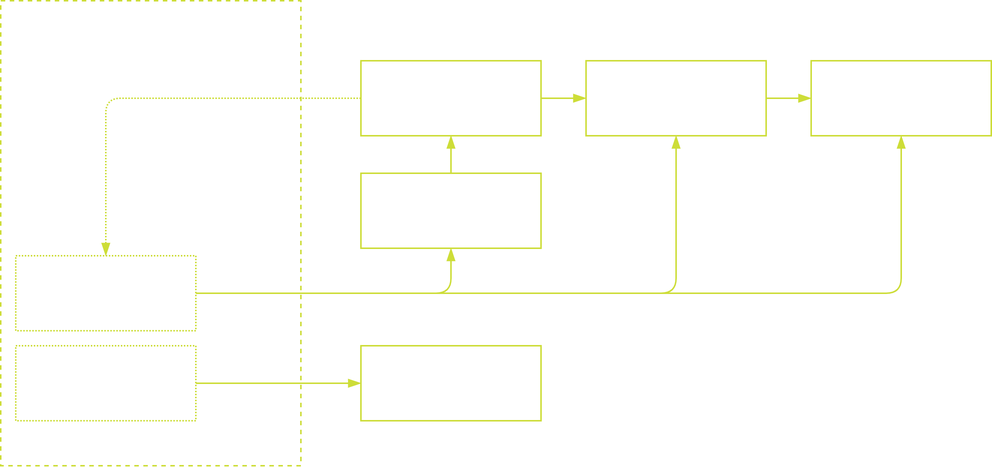
This is h2o_wave_ml_app/static/architecture_dark.png from h2oai/wave-ml, a draw.io export, as it was before one commit. Source tidied: cells renumbered, new cells last; positions are measured from the earlier drawing's top-left corner, leaving out a move shared by most shapes. Source of this version:
```xml
<mxGraphModel>
  <root>
    <mxCell id="0" />
    <mxCell id="1" parent="0" />
    <mxCell id="2" style="edgeStyle=orthogonalEdgeStyle;rounded=0;jettySize=auto;html=1;entryX=0;entryY=0.5;entryDx=0;entryDy=0;endArrow=blockThin;endFill=1;sketch=0;labelBackgroundColor=none;strokeColor=#cddd38;fontColor=#FFFFFF;" parent="1" edge="1" source="3" target="19">
      <mxGeometry relative="1" as="geometry" />
    </mxCell>
    <mxCell id="3" value="Model Management&lt;br&gt;(H2O MLOps)" style="rounded=0;whiteSpace=wrap;html=1;shadow=0;sketch=0;labelBackgroundColor=none;strokeColor=#CDDD38;fillColor=none;fontColor=#FFFFFF;" parent="1" vertex="1">
      <mxGeometry x="390" y="40" width="120" height="50" as="geometry" />
    </mxCell>
    <mxCell id="4" style="rounded=0;whiteSpace=wrap;html=1;dashed=1;shadow=0;align=center;sketch=0;labelBackgroundColor=none;strokeColor=#CDDD38;fillColor=none;fontColor=#FFFFFF;" parent="1" vertex="1">
      <mxGeometry width="200" height="310" as="geometry" />
    </mxCell>
    <mxCell id="5" value="H2O Wave ML" style="text;html=1;strokeColor=none;fillColor=none;align=center;verticalAlign=middle;whiteSpace=wrap;rounded=0;shadow=1;dashed=1;sketch=0;labelBackgroundColor=none;fontColor=#FFFFFF;" parent="1" vertex="1">
      <mxGeometry x="100" y="10" width="94" height="20" as="geometry" />
    </mxCell>
    <mxCell id="6" style="edgeStyle=orthogonalEdgeStyle;rounded=0;jettySize=auto;html=1;entryX=0.5;entryY=1;entryDx=0;entryDy=0;endArrow=blockThin;endFill=1;sketch=0;labelBackgroundColor=none;strokeColor=#CDDD38;fontColor=#FFFFFF;" parent="1" edge="1" source="7" target="18">
      <mxGeometry relative="1" as="geometry" />
    </mxCell>
    <mxCell id="7" value="Engine Management&lt;br&gt;(H2O Steam)" style="rounded=0;whiteSpace=wrap;html=1;shadow=0;sketch=0;labelBackgroundColor=none;strokeColor=#CDDD38;fillColor=none;fontColor=#FFFFFF;" parent="1" vertex="1">
      <mxGeometry x="240" y="115" width="120" height="50" as="geometry" />
    </mxCell>
    <mxCell id="8" style="edgeStyle=orthogonalEdgeStyle;rounded=0;jettySize=auto;html=1;entryX=0;entryY=0.5;entryDx=0;entryDy=0;endArrow=blockThin;endFill=1;sketch=0;labelBackgroundColor=none;strokeColor=#CDDD38;fontColor=#FFFFFF;" parent="1" edge="1" source="10" target="20">
      <mxGeometry relative="1" as="geometry" />
    </mxCell>
    <mxCell id="9" value="Access" style="edgeLabel;html=1;align=center;verticalAlign=middle;labelBackgroundColor=none;fontColor=#FFFFFF;" parent="8" vertex="1">
      <mxGeometry x="-0.43" y="3" relative="1" as="geometry">
        <mxPoint x="9" y="-5" as="offset" />
      </mxGeometry>
    </mxCell>
    <mxCell id="10" value="H2O-3 Engine" style="rounded=0;whiteSpace=wrap;html=1;dashed=1;dashPattern=1 1;sketch=0;labelBackgroundColor=none;strokeColor=#CDDD38;shadow=0;fillColor=none;fontColor=#FFFFFF;" parent="1" vertex="1">
      <mxGeometry x="10" y="230" width="120" height="50" as="geometry" />
    </mxCell>
    <mxCell id="11" style="edgeStyle=orthogonalEdgeStyle;rounded=1;jettySize=auto;html=1;exitX=1;exitY=0.5;exitDx=0;exitDy=0;entryX=0.5;entryY=1;entryDx=0;entryDy=0;endArrow=blockThin;endFill=1;sketch=0;labelBackgroundColor=none;strokeColor=#CDDD38;fontColor=#FFFFFF;" parent="1" edge="1" source="15" target="7">
      <mxGeometry relative="1" as="geometry">
        <Array as="points">
          <mxPoint x="300" y="195" />
        </Array>
      </mxGeometry>
    </mxCell>
    <mxCell id="12" style="edgeStyle=orthogonalEdgeStyle;rounded=1;jettySize=auto;html=1;entryX=0.5;entryY=1;entryDx=0;entryDy=0;endArrow=blockThin;endFill=1;sketch=0;labelBackgroundColor=none;strokeColor=#CDDD38;fontColor=#FFFFFF;" parent="1" edge="1" source="15" target="3">
      <mxGeometry relative="1" as="geometry" />
    </mxCell>
    <mxCell id="13" style="edgeStyle=orthogonalEdgeStyle;rounded=1;jettySize=auto;html=1;entryX=0.5;entryY=1;entryDx=0;entryDy=0;endArrow=blockThin;endFill=1;sketch=0;labelBackgroundColor=none;strokeColor=#CDDD38;fontColor=#FFFFFF;" parent="1" edge="1" source="15" target="19">
      <mxGeometry relative="1" as="geometry" />
    </mxCell>
    <mxCell id="14" value="Access" style="edgeLabel;html=1;align=center;verticalAlign=middle;labelBackgroundColor=none;fontColor=#FFFFFF;" parent="13" vertex="1">
      <mxGeometry x="-0.85" relative="1" as="geometry">
        <mxPoint x="-4" y="-8" as="offset" />
      </mxGeometry>
    </mxCell>
    <mxCell id="15" value="Driverless Engine" style="rounded=0;whiteSpace=wrap;html=1;dashed=1;dashPattern=1 1;sketch=0;labelBackgroundColor=none;strokeColor=#CDDD38;shadow=0;fillColor=none;fontColor=#FFFFFF;" parent="1" vertex="1">
      <mxGeometry x="10" y="170" width="120" height="50" as="geometry" />
    </mxCell>
    <mxCell id="16" style="edgeStyle=orthogonalEdgeStyle;rounded=1;jettySize=auto;html=1;entryX=0.5;entryY=0;entryDx=0;entryDy=0;endArrow=blockThin;endFill=1;sketch=0;dashed=1;dashPattern=1 1;labelBackgroundColor=none;strokeColor=#CDDD38;fontColor=#FFFFFF;" parent="1" edge="1" source="18" target="15">
      <mxGeometry relative="1" as="geometry" />
    </mxCell>
    <mxCell id="17" style="edgeStyle=orthogonalEdgeStyle;rounded=0;jettySize=auto;html=1;endArrow=blockThin;endFill=1;sketch=0;labelBackgroundColor=none;strokeColor=#CDDD38;fontColor=#FFFFFF;" parent="1" edge="1" source="18" target="3">
      <mxGeometry relative="1" as="geometry" />
    </mxCell>
    <mxCell id="18" value="DAI Deployment&lt;br&gt;(Driverless AI)" style="rounded=0;whiteSpace=wrap;html=1;shadow=0;gradientColor=none;sketch=0;labelBackgroundColor=none;strokeColor=#CDDD38;fillColor=none;fontColor=#FFFFFF;" parent="1" vertex="1">
      <mxGeometry x="240" y="40" width="120" height="50" as="geometry" />
    </mxCell>
    <mxCell id="19" value="Model Deployment" style="rounded=0;whiteSpace=wrap;html=1;shadow=0;gradientColor=none;sketch=0;labelBackgroundColor=none;strokeColor=#cddd38;fillColor=none;fontColor=#FFFFFF;" parent="1" vertex="1">
      <mxGeometry x="540" y="40" width="120" height="50" as="geometry" />
    </mxCell>
    <mxCell id="20" value="H2O-3 Cluster&lt;br&gt;(H2O AutoML)" style="rounded=0;whiteSpace=wrap;html=1;shadow=0;gradientColor=none;sketch=0;labelBackgroundColor=none;strokeColor=#CDDD38;fillColor=none;fontColor=#FFFFFF;" parent="1" vertex="1">
      <mxGeometry x="240" y="230" width="120" height="50" as="geometry" />
    </mxCell>
  </root>
</mxGraphModel>
```
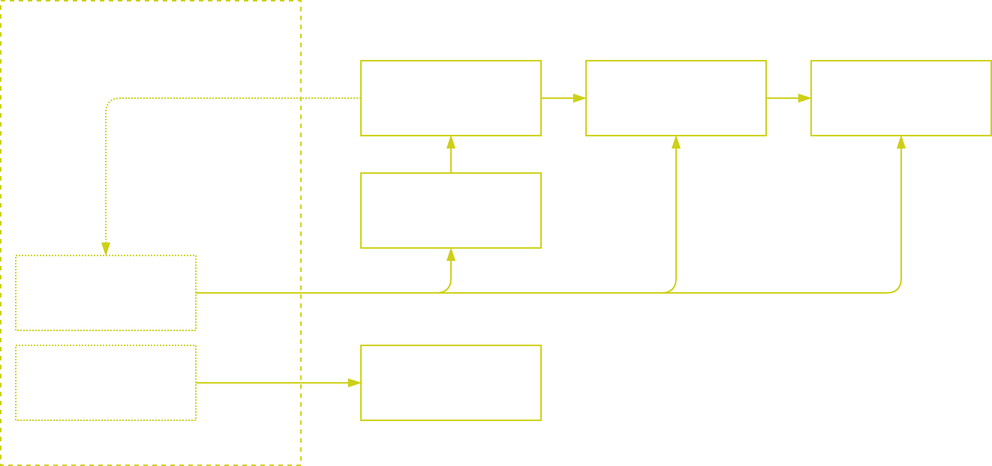
The same diagram one commit later.

Change to the diagram source:
```diff
@@ -2,25 +2,25 @@
   <root>
     <mxCell id="0" />
     <mxCell id="1" parent="0" />
-    <mxCell id="2" style="edgeStyle=orthogonalEdgeStyle;rounded=0;jettySize=auto;html=1;entryX=0;entryY=0.5;entryDx=0;entryDy=0;endArrow=blockThin;endFill=1;sketch=0;labelBackgroundColor=none;strokeColor=#cddd38;fontColor=#FFFFFF;" parent="1" edge="1" source="3" target="19">
+    <mxCell id="2" style="edgeStyle=orthogonalEdgeStyle;rounded=0;jettySize=auto;html=1;entryX=0;entryY=0.5;entryDx=0;entryDy=0;endArrow=blockThin;endFill=1;sketch=0;labelBackgroundColor=none;strokeColor=#CDD015;fontColor=#FFFFFF;" parent="1" edge="1" source="3" target="19">
       <mxGeometry relative="1" as="geometry" />
     </mxCell>
-    <mxCell id="3" value="Model Management&lt;br&gt;(H2O MLOps)" style="rounded=0;whiteSpace=wrap;html=1;shadow=0;sketch=0;labelBackgroundColor=none;strokeColor=#CDDD38;fillColor=none;fontColor=#FFFFFF;" parent="1" vertex="1">
+    <mxCell id="3" value="Model Management&lt;br&gt;(H2O MLOps)" style="rounded=0;whiteSpace=wrap;html=1;shadow=0;sketch=0;labelBackgroundColor=none;fillColor=none;strokeColor=#CDD015;fontColor=#FFFFFF;" parent="1" vertex="1">
       <mxGeometry x="390" y="40" width="120" height="50" as="geometry" />
     </mxCell>
-    <mxCell id="4" style="rounded=0;whiteSpace=wrap;html=1;dashed=1;shadow=0;align=center;sketch=0;labelBackgroundColor=none;strokeColor=#CDDD38;fillColor=none;fontColor=#FFFFFF;" parent="1" vertex="1">
+    <mxCell id="4" style="rounded=0;whiteSpace=wrap;html=1;dashed=1;shadow=0;align=center;sketch=0;labelBackgroundColor=none;fillColor=none;strokeColor=#CDD015;fontColor=#FFFFFF;" parent="1" vertex="1">
       <mxGeometry width="200" height="310" as="geometry" />
     </mxCell>
     <mxCell id="5" value="H2O Wave ML" style="text;html=1;strokeColor=none;fillColor=none;align=center;verticalAlign=middle;whiteSpace=wrap;rounded=0;shadow=1;dashed=1;sketch=0;labelBackgroundColor=none;fontColor=#FFFFFF;" parent="1" vertex="1">
       <mxGeometry x="100" y="10" width="94" height="20" as="geometry" />
     </mxCell>
-    <mxCell id="6" style="edgeStyle=orthogonalEdgeStyle;rounded=0;jettySize=auto;html=1;entryX=0.5;entryY=1;entryDx=0;entryDy=0;endArrow=blockThin;endFill=1;sketch=0;labelBackgroundColor=none;strokeColor=#CDDD38;fontColor=#FFFFFF;" parent="1" edge="1" source="7" target="18">
+    <mxCell id="6" style="edgeStyle=orthogonalEdgeStyle;rounded=0;jettySize=auto;html=1;entryX=0.5;entryY=1;entryDx=0;entryDy=0;endArrow=blockThin;endFill=1;sketch=0;labelBackgroundColor=none;strokeColor=#CDD015;fontColor=#FFFFFF;" parent="1" edge="1" source="7" target="18">
       <mxGeometry relative="1" as="geometry" />
     </mxCell>
-    <mxCell id="7" value="Engine Management&lt;br&gt;(H2O Steam)" style="rounded=0;whiteSpace=wrap;html=1;shadow=0;sketch=0;labelBackgroundColor=none;strokeColor=#CDDD38;fillColor=none;fontColor=#FFFFFF;" parent="1" vertex="1">
+    <mxCell id="7" value="Engine Management&lt;br&gt;(H2O Steam)" style="rounded=0;whiteSpace=wrap;html=1;shadow=0;sketch=0;labelBackgroundColor=none;fillColor=none;strokeColor=#CDD015;fontColor=#FFFFFF;" parent="1" vertex="1">
       <mxGeometry x="240" y="115" width="120" height="50" as="geometry" />
     </mxCell>
-    <mxCell id="8" style="edgeStyle=orthogonalEdgeStyle;rounded=0;jettySize=auto;html=1;entryX=0;entryY=0.5;entryDx=0;entryDy=0;endArrow=blockThin;endFill=1;sketch=0;labelBackgroundColor=none;strokeColor=#CDDD38;fontColor=#FFFFFF;" parent="1" edge="1" source="10" target="20">
+    <mxCell id="8" style="edgeStyle=orthogonalEdgeStyle;rounded=0;jettySize=auto;html=1;entryX=0;entryY=0.5;entryDx=0;entryDy=0;endArrow=blockThin;endFill=1;sketch=0;labelBackgroundColor=none;strokeColor=#CDD015;fontColor=#FFFFFF;" parent="1" edge="1" source="10" target="20">
       <mxGeometry relative="1" as="geometry" />
     </mxCell>
     <mxCell id="9" value="Access" style="edgeLabel;html=1;align=center;verticalAlign=middle;labelBackgroundColor=none;fontColor=#FFFFFF;" parent="8" vertex="1">
@@ -28,20 +28,20 @@
         <mxPoint x="9" y="-5" as="offset" />
       </mxGeometry>
     </mxCell>
-    <mxCell id="10" value="H2O-3 Engine" style="rounded=0;whiteSpace=wrap;html=1;dashed=1;dashPattern=1 1;sketch=0;labelBackgroundColor=none;strokeColor=#CDDD38;shadow=0;fillColor=none;fontColor=#FFFFFF;" parent="1" vertex="1">
+    <mxCell id="10" value="H2O-3 Engine" style="rounded=0;whiteSpace=wrap;html=1;dashed=1;dashPattern=1 1;sketch=0;labelBackgroundColor=none;shadow=0;fillColor=none;strokeColor=#CDD015;fontColor=#FFFFFF;" parent="1" vertex="1">
       <mxGeometry x="10" y="230" width="120" height="50" as="geometry" />
     </mxCell>
-    <mxCell id="11" style="edgeStyle=orthogonalEdgeStyle;rounded=1;jettySize=auto;html=1;exitX=1;exitY=0.5;exitDx=0;exitDy=0;entryX=0.5;entryY=1;entryDx=0;entryDy=0;endArrow=blockThin;endFill=1;sketch=0;labelBackgroundColor=none;strokeColor=#CDDD38;fontColor=#FFFFFF;" parent="1" edge="1" source="15" target="7">
+    <mxCell id="11" style="edgeStyle=orthogonalEdgeStyle;rounded=1;jettySize=auto;html=1;exitX=1;exitY=0.5;exitDx=0;exitDy=0;entryX=0.5;entryY=1;entryDx=0;entryDy=0;endArrow=blockThin;endFill=1;sketch=0;labelBackgroundColor=none;strokeColor=#CDD015;fontColor=#FFFFFF;" parent="1" edge="1" source="15" target="7">
       <mxGeometry relative="1" as="geometry">
         <Array as="points">
           <mxPoint x="300" y="195" />
         </Array>
       </mxGeometry>
     </mxCell>
-    <mxCell id="12" style="edgeStyle=orthogonalEdgeStyle;rounded=1;jettySize=auto;html=1;entryX=0.5;entryY=1;entryDx=0;entryDy=0;endArrow=blockThin;endFill=1;sketch=0;labelBackgroundColor=none;strokeColor=#CDDD38;fontColor=#FFFFFF;" parent="1" edge="1" source="15" target="3">
+    <mxCell id="12" style="edgeStyle=orthogonalEdgeStyle;rounded=1;jettySize=auto;html=1;entryX=0.5;entryY=1;entryDx=0;entryDy=0;endArrow=blockThin;endFill=1;sketch=0;labelBackgroundColor=none;strokeColor=#CDD015;fontColor=#FFFFFF;" parent="1" edge="1" source="15" target="3">
       <mxGeometry relative="1" as="geometry" />
     </mxCell>
-    <mxCell id="13" style="edgeStyle=orthogonalEdgeStyle;rounded=1;jettySize=auto;html=1;entryX=0.5;entryY=1;entryDx=0;entryDy=0;endArrow=blockThin;endFill=1;sketch=0;labelBackgroundColor=none;strokeColor=#CDDD38;fontColor=#FFFFFF;" parent="1" edge="1" source="15" target="19">
+    <mxCell id="13" style="edgeStyle=orthogonalEdgeStyle;rounded=1;jettySize=auto;html=1;entryX=0.5;entryY=1;entryDx=0;entryDy=0;endArrow=blockThin;endFill=1;sketch=0;labelBackgroundColor=none;strokeColor=#CDD015;fontColor=#FFFFFF;" parent="1" edge="1" source="15" target="19">
       <mxGeometry relative="1" as="geometry" />
     </mxCell>
     <mxCell id="14" value="Access" style="edgeLabel;html=1;align=center;verticalAlign=middle;labelBackgroundColor=none;fontColor=#FFFFFF;" parent="13" vertex="1">
@@ -49,22 +49,22 @@
         <mxPoint x="-4" y="-8" as="offset" />
       </mxGeometry>
     </mxCell>
-    <mxCell id="15" value="Driverless Engine" style="rounded=0;whiteSpace=wrap;html=1;dashed=1;dashPattern=1 1;sketch=0;labelBackgroundColor=none;strokeColor=#CDDD38;shadow=0;fillColor=none;fontColor=#FFFFFF;" parent="1" vertex="1">
+    <mxCell id="15" value="Driverless Engine" style="rounded=0;whiteSpace=wrap;html=1;dashed=1;dashPattern=1 1;sketch=0;labelBackgroundColor=none;shadow=0;fillColor=none;strokeColor=#CDD015;fontColor=#FFFFFF;" parent="1" vertex="1">
       <mxGeometry x="10" y="170" width="120" height="50" as="geometry" />
     </mxCell>
-    <mxCell id="16" style="edgeStyle=orthogonalEdgeStyle;rounded=1;jettySize=auto;html=1;entryX=0.5;entryY=0;entryDx=0;entryDy=0;endArrow=blockThin;endFill=1;sketch=0;dashed=1;dashPattern=1 1;labelBackgroundColor=none;strokeColor=#CDDD38;fontColor=#FFFFFF;" parent="1" edge="1" source="18" target="15">
+    <mxCell id="16" style="edgeStyle=orthogonalEdgeStyle;rounded=1;jettySize=auto;html=1;entryX=0.5;entryY=0;entryDx=0;entryDy=0;endArrow=blockThin;endFill=1;sketch=0;dashed=1;dashPattern=1 1;labelBackgroundColor=none;strokeColor=#CDD015;fontColor=#FFFFFF;" parent="1" edge="1" source="18" target="15">
       <mxGeometry relative="1" as="geometry" />
     </mxCell>
-    <mxCell id="17" style="edgeStyle=orthogonalEdgeStyle;rounded=0;jettySize=auto;html=1;endArrow=blockThin;endFill=1;sketch=0;labelBackgroundColor=none;strokeColor=#CDDD38;fontColor=#FFFFFF;" parent="1" edge="1" source="18" target="3">
+    <mxCell id="17" style="edgeStyle=orthogonalEdgeStyle;rounded=0;jettySize=auto;html=1;endArrow=blockThin;endFill=1;sketch=0;labelBackgroundColor=none;strokeColor=#CDD015;fontColor=#FFFFFF;" parent="1" edge="1" source="18" target="3">
       <mxGeometry relative="1" as="geometry" />
     </mxCell>
-    <mxCell id="18" value="DAI Deployment&lt;br&gt;(Driverless AI)" style="rounded=0;whiteSpace=wrap;html=1;shadow=0;gradientColor=none;sketch=0;labelBackgroundColor=none;strokeColor=#CDDD38;fillColor=none;fontColor=#FFFFFF;" parent="1" vertex="1">
+    <mxCell id="18" value="DAI Deployment&lt;br&gt;(Driverless AI)" style="rounded=0;whiteSpace=wrap;html=1;shadow=0;gradientColor=none;sketch=0;labelBackgroundColor=none;fillColor=none;strokeColor=#CDD015;fontColor=#FFFFFF;" parent="1" vertex="1">
       <mxGeometry x="240" y="40" width="120" height="50" as="geometry" />
     </mxCell>
-    <mxCell id="19" value="Model Deployment" style="rounded=0;whiteSpace=wrap;html=1;shadow=0;gradientColor=none;sketch=0;labelBackgroundColor=none;strokeColor=#cddd38;fillColor=none;fontColor=#FFFFFF;" parent="1" vertex="1">
+    <mxCell id="19" value="Model Deployment" style="rounded=0;whiteSpace=wrap;html=1;shadow=0;gradientColor=none;sketch=0;labelBackgroundColor=none;fillColor=none;strokeColor=#CDD015;fontColor=#FFFFFF;" parent="1" vertex="1">
       <mxGeometry x="540" y="40" width="120" height="50" as="geometry" />
     </mxCell>
-    <mxCell id="20" value="H2O-3 Cluster&lt;br&gt;(H2O AutoML)" style="rounded=0;whiteSpace=wrap;html=1;shadow=0;gradientColor=none;sketch=0;labelBackgroundColor=none;strokeColor=#CDDD38;fillColor=none;fontColor=#FFFFFF;" parent="1" vertex="1">
+    <mxCell id="20" value="H2O-3 Cluster&lt;br&gt;(H2O AutoML)" style="rounded=0;whiteSpace=wrap;html=1;shadow=0;gradientColor=none;sketch=0;labelBackgroundColor=none;fillColor=none;strokeColor=#CDD015;fontColor=#FFFFFF;" parent="1" vertex="1">
       <mxGeometry x="240" y="230" width="120" height="50" as="geometry" />
     </mxCell>
   </root>
```
